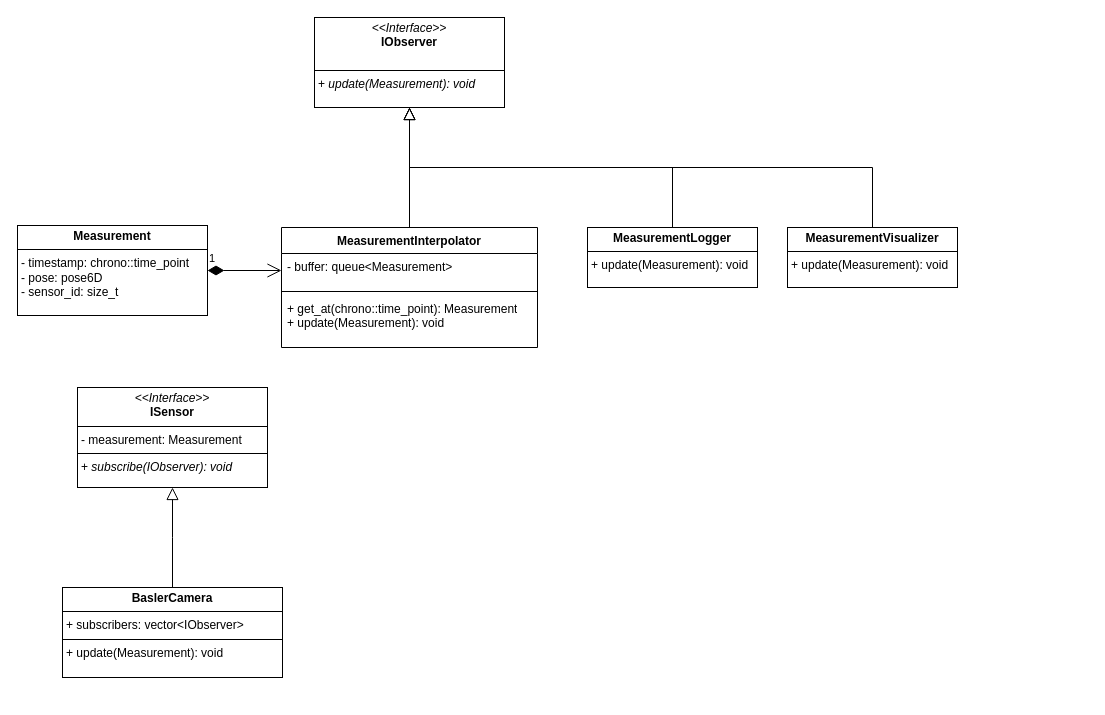
This is class_diagram.drawio from EGurylev/QuadArt_host_cpp, a draw.io file, before an edit. Source tidied: cells renumbered, new cells numbered last; positions are measured from the earlier drawing's top-left corner, leaving out a move shared by most shapes. Both pictures are drawn from the tidied source at 100%, with x=0, y=0 at pixel (17, 17).
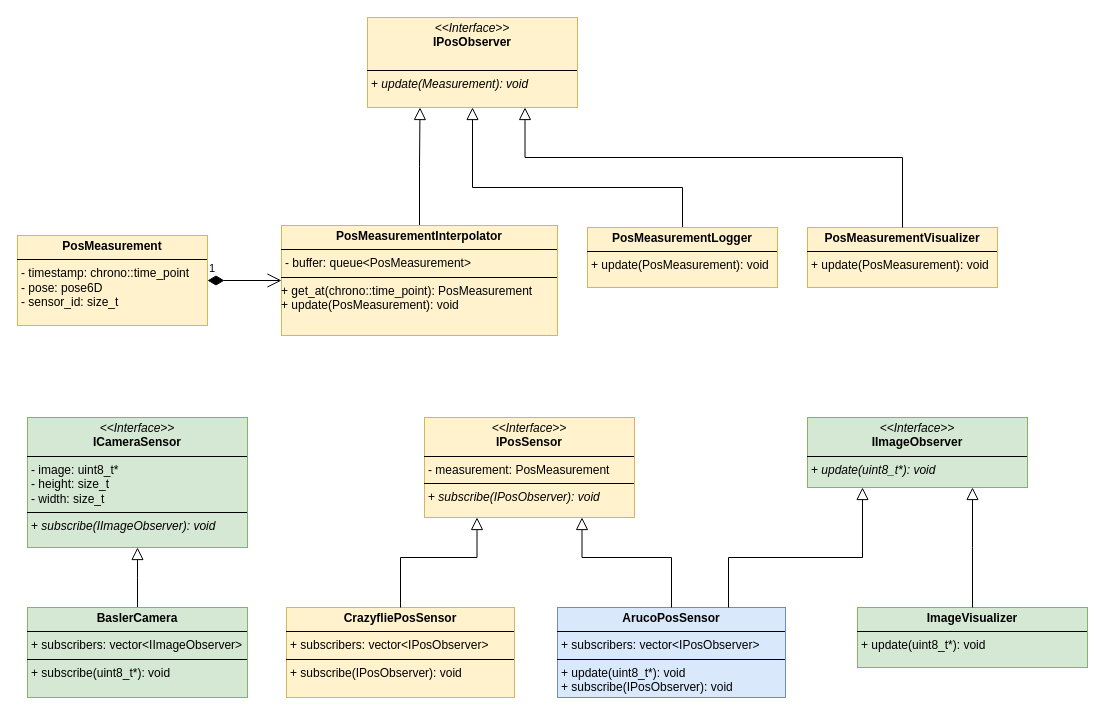
The same page after the edit.

The edit, as a diff of the source:
```diff
@@
-    <mxCell id="2" style="endArrow=block;endSize=10;endFill=0;shadow=0;strokeWidth=1;rounded=0;curved=0;edgeStyle=elbowEdgeStyle;elbow=vertical;exitX=0.5;exitY=0;exitDx=0;exitDy=0;entryX=0.5;entryY=1;entryDx=0;entryDy=0;" parent="1" edge="1" source="5" target="11">
-      <mxGeometry relative="1" as="geometry" />
-    </mxCell>
-    <mxCell id="3" style="endArrow=block;endSize=10;endFill=0;shadow=0;strokeWidth=1;rounded=0;curved=0;edgeStyle=elbowEdgeStyle;elbow=vertical;entryX=0.5;entryY=1;entryDx=0;entryDy=0;exitX=0.5;exitY=0;exitDx=0;exitDy=0;" parent="1" edge="1" source="12" target="11">
-      <mxGeometry relative="1" as="geometry" />
+    <mxCell id="3" style="endArrow=block;endSize=10;endFill=0;shadow=0;strokeWidth=1;rounded=0;curved=0;edgeStyle=elbowEdgeStyle;elbow=vertical;exitX=0.5;exitY=0;exitDx=0;exitDy=0;entryX=0.5;entryY=1;entryDx=0;entryDy=0;" parent="1" edge="1" source="12" target="11">
+      <mxGeometry relative="1" as="geometry">
+        <Array as="points">
+          <mxPoint x="600" y="170" />
+          <mxPoint x="580" y="140" />
+        </Array>
+      </mxGeometry>
     </mxCell>
-    <mxCell id="4" value="&lt;p style=&quot;margin:0px;margin-top:4px;text-align:center;&quot;&gt;&lt;i&gt;&amp;lt;&amp;lt;Interface&amp;gt;&amp;gt;&lt;/i&gt;&lt;br&gt;&lt;b&gt;ISensor&lt;/b&gt;&lt;/p&gt;&lt;hr size=&quot;1&quot; style=&quot;border-style:solid;&quot;&gt;&lt;p style=&quot;margin:0px;margin-left:4px;&quot;&gt;- measurement: Measurement&lt;br&gt;&lt;/p&gt;&lt;hr size=&quot;1&quot; style=&quot;border-style:solid;&quot;&gt;&lt;p style=&quot;margin:0px;margin-left:4px;&quot;&gt;+ &lt;i&gt;subscribe(IObserver): void&lt;/i&gt;&lt;/p&gt;" style="verticalAlign=top;align=left;overflow=fill;html=1;whiteSpace=wrap;" parent="1" vertex="1">
-      <mxGeometry x="60" y="370" width="190" height="100" as="geometry" />
+    <mxCell id="4" value="&lt;p style=&quot;margin:0px;margin-top:4px;text-align:center;&quot;&gt;&lt;i&gt;&amp;lt;&amp;lt;Interface&amp;gt;&amp;gt;&lt;/i&gt;&lt;br&gt;&lt;b&gt;IPosSensor&lt;/b&gt;&lt;/p&gt;&lt;hr size=&quot;1&quot; style=&quot;border-style:solid;&quot;&gt;&lt;p style=&quot;margin:0px;margin-left:4px;&quot;&gt;- measurement:&amp;nbsp;&lt;span style=&quot;text-align: center; background-color: initial;&quot;&gt;PosMeasurement&lt;/span&gt;&lt;br&gt;&lt;/p&gt;&lt;hr size=&quot;1&quot; style=&quot;border-style:solid;&quot;&gt;&lt;p style=&quot;margin:0px;margin-left:4px;&quot;&gt;+ &lt;i&gt;subscribe(IPosObserver): void&lt;/i&gt;&lt;/p&gt;" style="verticalAlign=top;align=left;overflow=fill;html=1;whiteSpace=wrap;fillColor=#fff2cc;strokeColor=#d6b656;" parent="1" vertex="1">
+      <mxGeometry x="407" y="400" width="210" height="100" as="geometry" />
     </mxCell>
-    <mxCell id="5" value="MeasurementInterpolator" style="swimlane;fontStyle=1;align=center;verticalAlign=top;horizontal=1;startSize=26;whiteSpace=wrap;html=1;" parent="1" vertex="1">
-      <mxGeometry x="264" y="210" width="256" height="120" as="geometry" />
-    </mxCell>
-    <mxCell id="6" value="- buffer: queue&amp;lt;Measurement&amp;gt;" style="text;strokeColor=none;fillColor=none;align=left;verticalAlign=top;spacingLeft=4;spacingRight=4;overflow=hidden;points=[[0,0.5],[1,0.5]];portConstraint=eastwest;whiteSpace=wrap;html=1;" parent="5" vertex="1">
-      <mxGeometry y="26" width="256" height="34" as="geometry" />
-    </mxCell>
-    <mxCell id="7" style="line;strokeWidth=1;fillColor=none;align=left;verticalAlign=middle;spacingTop=-1;spacingLeft=3;spacingRight=3;labelPosition=right;strokeColor=inherit;" parent="5" vertex="1">
-      <mxGeometry y="60" width="256" height="8" as="geometry" />
-    </mxCell>
-    <mxCell id="8" value="&lt;div&gt;+ get_at(chrono::time_point): Measurement&lt;/div&gt;&lt;div&gt;+ update(Measurement): void&lt;/div&gt;" style="text;strokeColor=none;fillColor=none;align=left;verticalAlign=top;spacingLeft=4;spacingRight=4;overflow=hidden;whiteSpace=wrap;html=1;" parent="5" vertex="1">
-      <mxGeometry y="68" width="256" height="52" as="geometry" />
-    </mxCell>
-    <mxCell id="9" value="&lt;p style=&quot;margin:0px;margin-top:4px;text-align:center;&quot;&gt;&lt;b&gt;Measurement&lt;/b&gt;&lt;/p&gt;&lt;hr size=&quot;1&quot; style=&quot;border-style:solid;&quot;&gt;&lt;p style=&quot;margin:0px;margin-left:4px;&quot;&gt;- timestamp:&amp;nbsp;chrono::time_point&lt;br&gt;&lt;/p&gt;&lt;p style=&quot;margin:0px;margin-left:4px;&quot;&gt;- pose: pose6D&lt;/p&gt;&lt;p style=&quot;margin:0px;margin-left:4px;&quot;&gt;- sensor_id: size_t&lt;/p&gt;" style="verticalAlign=top;align=left;overflow=fill;html=1;whiteSpace=wrap;" parent="1" vertex="1">
-      <mxGeometry y="208" width="190" height="90" as="geometry" />
+    <mxCell id="9" value="&lt;p style=&quot;margin:0px;margin-top:4px;text-align:center;&quot;&gt;&lt;b&gt;PosMeasurement&lt;/b&gt;&lt;/p&gt;&lt;hr size=&quot;1&quot; style=&quot;border-style:solid;&quot;&gt;&lt;p style=&quot;margin:0px;margin-left:4px;&quot;&gt;- timestamp:&amp;nbsp;chrono::time_point&lt;br&gt;&lt;/p&gt;&lt;p style=&quot;margin:0px;margin-left:4px;&quot;&gt;- pose: pose6D&lt;/p&gt;&lt;p style=&quot;margin:0px;margin-left:4px;&quot;&gt;- sensor_id: size_t&lt;/p&gt;" style="verticalAlign=top;align=left;overflow=fill;html=1;whiteSpace=wrap;fillColor=#fff2cc;strokeColor=#d6b656;" parent="1" vertex="1">
+      <mxGeometry y="218" width="190" height="90" as="geometry" />
     </mxCell>
-    <mxCell id="10" value="1" style="endArrow=open;html=1;endSize=12;startArrow=diamondThin;startSize=14;startFill=1;edgeStyle=orthogonalEdgeStyle;align=left;verticalAlign=bottom;rounded=0;entryX=0;entryY=0.5;entryDx=0;entryDy=0;exitX=1;exitY=0.5;exitDx=0;exitDy=0;" parent="1" edge="1" source="9" target="6">
+    <mxCell id="10" value="1" style="endArrow=open;html=1;endSize=12;startArrow=diamondThin;startSize=14;startFill=1;edgeStyle=orthogonalEdgeStyle;align=left;verticalAlign=bottom;rounded=0;entryX=0;entryY=0.5;entryDx=0;entryDy=0;exitX=1;exitY=0.5;exitDx=0;exitDy=0;" parent="1" edge="1" source="9" target="27">
       <mxGeometry x="-1" y="3" relative="1" as="geometry" />
     </mxCell>
-    <mxCell id="11" value="&lt;p style=&quot;margin:0px;margin-top:4px;text-align:center;&quot;&gt;&lt;i&gt;&amp;lt;&amp;lt;Interface&amp;gt;&amp;gt;&lt;/i&gt;&lt;br&gt;&lt;b&gt;IObserver&lt;/b&gt;&lt;/p&gt;&lt;br&gt;&lt;hr size=&quot;1&quot; style=&quot;border-style:solid;&quot;&gt;&lt;p style=&quot;margin:0px;margin-left:4px;&quot;&gt;+ &lt;i&gt;update(Measurement): void&lt;/i&gt;&lt;/p&gt;" style="verticalAlign=top;align=left;overflow=fill;html=1;whiteSpace=wrap;" parent="1" vertex="1">
-      <mxGeometry x="297" width="190" height="90" as="geometry" />
+    <mxCell id="11" value="&lt;p style=&quot;margin:0px;margin-top:4px;text-align:center;&quot;&gt;&lt;i&gt;&amp;lt;&amp;lt;Interface&amp;gt;&amp;gt;&lt;/i&gt;&lt;br&gt;&lt;b&gt;IPosObserver&lt;/b&gt;&lt;/p&gt;&lt;br&gt;&lt;hr size=&quot;1&quot; style=&quot;border-style:solid;&quot;&gt;&lt;p style=&quot;margin:0px;margin-left:4px;&quot;&gt;+ &lt;i&gt;update(Measurement): void&lt;/i&gt;&lt;/p&gt;" style="verticalAlign=top;align=left;overflow=fill;html=1;whiteSpace=wrap;fillColor=#fff2cc;strokeColor=#d6b656;" parent="1" vertex="1">
+      <mxGeometry x="350" width="210" height="90" as="geometry" />
     </mxCell>
-    <mxCell id="12" value="&lt;p style=&quot;margin:0px;margin-top:4px;text-align:center;&quot;&gt;&lt;b&gt;MeasurementLogger&lt;/b&gt;&lt;/p&gt;&lt;hr size=&quot;1&quot; style=&quot;border-style:solid;&quot;&gt;&lt;p style=&quot;margin:0px;margin-left:4px;&quot;&gt;+ update(Measurement): void&lt;/p&gt;" style="verticalAlign=top;align=left;overflow=fill;html=1;whiteSpace=wrap;" parent="1" vertex="1">
-      <mxGeometry x="570" y="210" width="170" height="60" as="geometry" />
+    <mxCell id="12" value="&lt;p style=&quot;margin:0px;margin-top:4px;text-align:center;&quot;&gt;&lt;b&gt;PosMeasurementLogger&lt;/b&gt;&lt;/p&gt;&lt;hr size=&quot;1&quot; style=&quot;border-style:solid;&quot;&gt;&lt;p style=&quot;margin:0px;margin-left:4px;&quot;&gt;+ update(&lt;span style=&quot;text-align: center;&quot;&gt;PosMeasurement&lt;/span&gt;): void&lt;/p&gt;" style="verticalAlign=top;align=left;overflow=fill;html=1;whiteSpace=wrap;fillColor=#fff2cc;strokeColor=#d6b656;" parent="1" vertex="1">
+      <mxGeometry x="570" y="210" width="190" height="60" as="geometry" />
     </mxCell>
-    <mxCell id="13" value="&lt;p style=&quot;margin:0px;margin-top:4px;text-align:center;&quot;&gt;&lt;b&gt;MeasurementVisualizer&lt;/b&gt;&lt;/p&gt;&lt;hr size=&quot;1&quot; style=&quot;border-style:solid;&quot;&gt;&lt;p style=&quot;margin:0px;margin-left:4px;&quot;&gt;+ update(Measurement): void&lt;/p&gt;" style="verticalAlign=top;align=left;overflow=fill;html=1;whiteSpace=wrap;" parent="1" vertex="1">
-      <mxGeometry x="770" y="210" width="170" height="60" as="geometry" />
+    <mxCell id="13" value="&lt;p style=&quot;margin:0px;margin-top:4px;text-align:center;&quot;&gt;&lt;b&gt;PosMeasurementVisualizer&lt;/b&gt;&lt;/p&gt;&lt;hr size=&quot;1&quot; style=&quot;border-style:solid;&quot;&gt;&lt;p style=&quot;margin:0px;margin-left:4px;&quot;&gt;+ update(&lt;span style=&quot;text-align: center;&quot;&gt;PosMeasurement&lt;/span&gt;): void&lt;/p&gt;" style="verticalAlign=top;align=left;overflow=fill;html=1;whiteSpace=wrap;fillColor=#fff2cc;strokeColor=#d6b656;" parent="1" vertex="1">
+      <mxGeometry x="790" y="210" width="190" height="60" as="geometry" />
     </mxCell>
-    <mxCell id="14" style="endArrow=block;endSize=10;endFill=0;shadow=0;strokeWidth=1;rounded=0;curved=0;edgeStyle=elbowEdgeStyle;elbow=vertical;exitX=0.5;exitY=0;exitDx=0;exitDy=0;entryX=0.5;entryY=1;entryDx=0;entryDy=0;" parent="1" edge="1" source="13" target="11">
-      <mxGeometry relative="1" as="geometry" />
+    <mxCell id="14" style="endArrow=block;endSize=10;endFill=0;shadow=0;strokeWidth=1;rounded=0;curved=0;edgeStyle=elbowEdgeStyle;elbow=vertical;exitX=0.5;exitY=0;exitDx=0;exitDy=0;entryX=0.75;entryY=1;entryDx=0;entryDy=0;" parent="1" edge="1" source="13" target="11">
+      <mxGeometry relative="1" as="geometry">
+        <Array as="points">
+          <mxPoint x="700" y="140" />
+          <mxPoint x="490" y="180" />
+        </Array>
+      </mxGeometry>
     </mxCell>
-    <mxCell id="15" style="endArrow=block;endSize=10;endFill=0;shadow=0;strokeWidth=1;rounded=0;curved=0;edgeStyle=elbowEdgeStyle;elbow=vertical;exitX=0.5;exitY=0;exitDx=0;exitDy=0;entryX=0.5;entryY=1;entryDx=0;entryDy=0;" parent="1" edge="1" source="16" target="4">
+    <mxCell id="15" style="endArrow=block;endSize=10;endFill=0;shadow=0;strokeWidth=1;rounded=0;curved=0;edgeStyle=elbowEdgeStyle;elbow=vertical;exitX=0.5;exitY=0;exitDx=0;exitDy=0;entryX=0.5;entryY=1;entryDx=0;entryDy=0;" parent="1" edge="1" source="16" target="17">
       <mxGeometry relative="1" as="geometry" />
     </mxCell>
-    <mxCell id="16" value="&lt;p style=&quot;margin:0px;margin-top:4px;text-align:center;&quot;&gt;&lt;b&gt;BaslerCamera&lt;/b&gt;&lt;br&gt;&lt;/p&gt;&lt;hr size=&quot;1&quot; style=&quot;border-style:solid;&quot;&gt;&lt;p style=&quot;margin:0px;margin-left:4px;&quot;&gt;+ subscribers:&amp;nbsp;&lt;span style=&quot;background-color: initial;&quot;&gt;vector&amp;lt;IObserver&amp;gt;&lt;/span&gt;&lt;/p&gt;&lt;hr size=&quot;1&quot; style=&quot;border-style:solid;&quot;&gt;&lt;p style=&quot;margin:0px;margin-left:4px;&quot;&gt;+ update(Measurement): void&lt;br&gt;&lt;/p&gt;" style="verticalAlign=top;align=left;overflow=fill;html=1;whiteSpace=wrap;" parent="1" vertex="1">
-      <mxGeometry x="45" y="570" width="220" height="90" as="geometry" />
+    <mxCell id="16" value="&lt;p style=&quot;margin:0px;margin-top:4px;text-align:center;&quot;&gt;&lt;b&gt;BaslerCamera&lt;/b&gt;&lt;br&gt;&lt;/p&gt;&lt;hr size=&quot;1&quot; style=&quot;border-style:solid;&quot;&gt;&lt;p style=&quot;margin:0px;margin-left:4px;&quot;&gt;+ subscribers:&amp;nbsp;&lt;span style=&quot;background-color: initial;&quot;&gt;vector&amp;lt;IImageObserver&amp;gt;&lt;/span&gt;&lt;/p&gt;&lt;hr size=&quot;1&quot; style=&quot;border-style:solid;&quot;&gt;&lt;p style=&quot;margin:0px;margin-left:4px;&quot;&gt;+ subscribe(&lt;span style=&quot;text-align: center;&quot;&gt;uint8_t*&lt;/span&gt;): void&lt;br&gt;&lt;/p&gt;" style="verticalAlign=top;align=left;overflow=fill;html=1;whiteSpace=wrap;fillColor=#d5e8d4;strokeColor=#82b366;" parent="1" vertex="1">
+      <mxGeometry x="10" y="590" width="220" height="90" as="geometry" />
     </mxCell>
+    <mxCell id="17" value="&lt;p style=&quot;margin:0px;margin-top:4px;text-align:center;&quot;&gt;&lt;i&gt;&amp;lt;&amp;lt;Interface&amp;gt;&amp;gt;&lt;/i&gt;&lt;br&gt;&lt;b&gt;ICameraSensor&lt;/b&gt;&lt;/p&gt;&lt;hr size=&quot;1&quot; style=&quot;border-style:solid;&quot;&gt;&lt;p style=&quot;margin:0px;margin-left:4px;&quot;&gt;- image:&amp;nbsp;&lt;span style=&quot;text-align: center; background-color: initial;&quot;&gt;uint8_t*&lt;/span&gt;&lt;br&gt;&lt;/p&gt;&lt;p style=&quot;margin:0px;margin-left:4px;&quot;&gt;&lt;span style=&quot;text-align: center; background-color: initial;&quot;&gt;- height: size_t&lt;/span&gt;&lt;/p&gt;&lt;p style=&quot;margin:0px;margin-left:4px;&quot;&gt;&lt;span style=&quot;text-align: center; background-color: initial;&quot;&gt;- width: size_t&lt;/span&gt;&lt;/p&gt;&lt;hr size=&quot;1&quot; style=&quot;border-style:solid;&quot;&gt;&lt;p style=&quot;margin:0px;margin-left:4px;&quot;&gt;+ &lt;i&gt;subscribe(IImageObserver): void&lt;/i&gt;&lt;/p&gt;" style="verticalAlign=top;align=left;overflow=fill;html=1;whiteSpace=wrap;fillColor=#d5e8d4;strokeColor=#82b366;" parent="1" vertex="1">
+      <mxGeometry x="10" y="400" width="220" height="130" as="geometry" />
+    </mxCell>
+    <mxCell id="18" style="endArrow=block;endSize=10;endFill=0;shadow=0;strokeWidth=1;rounded=0;curved=0;edgeStyle=elbowEdgeStyle;elbow=vertical;exitX=0.5;exitY=0;exitDx=0;exitDy=0;entryX=0.25;entryY=1;entryDx=0;entryDy=0;" parent="1" edge="1" source="27" target="11">
+      <mxGeometry relative="1" as="geometry" />
+    </mxCell>
+    <mxCell id="19" value="&lt;p style=&quot;margin:0px;margin-top:4px;text-align:center;&quot;&gt;&lt;b&gt;ArucoPosSensor&lt;/b&gt;&lt;br&gt;&lt;/p&gt;&lt;hr size=&quot;1&quot; style=&quot;border-style:solid;&quot;&gt;&lt;p style=&quot;margin:0px;margin-left:4px;&quot;&gt;+ subscribers:&amp;nbsp;&lt;span style=&quot;background-color: initial;&quot;&gt;vector&amp;lt;IPosObserver&amp;gt;&lt;/span&gt;&lt;/p&gt;&lt;hr size=&quot;1&quot; style=&quot;border-style:solid;&quot;&gt;&lt;p style=&quot;margin:0px;margin-left:4px;&quot;&gt;+ update(&lt;span style=&quot;text-align: center;&quot;&gt;uint8_t*&lt;/span&gt;): void&lt;br&gt;&lt;/p&gt;&lt;p style=&quot;margin:0px;margin-left:4px;&quot;&gt;+ subscribe(IPosObserver): void&lt;/p&gt;" style="verticalAlign=top;align=left;overflow=fill;html=1;whiteSpace=wrap;fillColor=#dae8fc;strokeColor=#6c8ebf;" parent="1" vertex="1">
+      <mxGeometry x="540" y="590" width="228" height="90" as="geometry" />
+    </mxCell>
+    <mxCell id="20" style="endArrow=block;endSize=10;endFill=0;shadow=0;strokeWidth=1;rounded=0;curved=0;edgeStyle=elbowEdgeStyle;elbow=vertical;exitX=0.5;exitY=0;exitDx=0;exitDy=0;entryX=0.75;entryY=1;entryDx=0;entryDy=0;" parent="1" edge="1" source="19" target="4">
+      <mxGeometry relative="1" as="geometry">
+        <Array as="points">
+          <mxPoint x="610" y="540" />
+        </Array>
+      </mxGeometry>
+    </mxCell>
+    <mxCell id="21" value="&lt;p style=&quot;margin:0px;margin-top:4px;text-align:center;&quot;&gt;&lt;i&gt;&amp;lt;&amp;lt;Interface&amp;gt;&amp;gt;&lt;/i&gt;&lt;br&gt;&lt;b&gt;IImageObserver&lt;/b&gt;&lt;/p&gt;&lt;hr size=&quot;1&quot; style=&quot;border-style:solid;&quot;&gt;&lt;p style=&quot;margin:0px;margin-left:4px;&quot;&gt;&lt;/p&gt;&lt;p style=&quot;margin:0px;margin-left:4px;&quot;&gt;+ &lt;i&gt;update(uint8_t*): void&lt;/i&gt;&lt;/p&gt;" style="verticalAlign=top;align=left;overflow=fill;html=1;whiteSpace=wrap;fillColor=#d5e8d4;strokeColor=#82b366;" parent="1" vertex="1">
+      <mxGeometry x="790" y="400" width="220" height="70" as="geometry" />
+    </mxCell>
+    <mxCell id="22" style="endArrow=block;endSize=10;endFill=0;shadow=0;strokeWidth=1;rounded=0;curved=0;edgeStyle=elbowEdgeStyle;elbow=vertical;exitX=0.75;exitY=0;exitDx=0;exitDy=0;entryX=0.25;entryY=1;entryDx=0;entryDy=0;" parent="1" edge="1" source="19" target="21">
+      <mxGeometry relative="1" as="geometry">
+        <Array as="points">
+          <mxPoint x="800" y="540" />
+        </Array>
+      </mxGeometry>
+    </mxCell>
+    <mxCell id="23" value="&lt;p style=&quot;margin:0px;margin-top:4px;text-align:center;&quot;&gt;&lt;b&gt;CrazyfliePosSensor&lt;/b&gt;&lt;br&gt;&lt;/p&gt;&lt;hr size=&quot;1&quot; style=&quot;border-style:solid;&quot;&gt;&lt;p style=&quot;margin:0px;margin-left:4px;&quot;&gt;+ subscribers:&amp;nbsp;&lt;span style=&quot;background-color: initial;&quot;&gt;vector&amp;lt;IPosObserver&amp;gt;&lt;/span&gt;&lt;/p&gt;&lt;hr size=&quot;1&quot; style=&quot;border-style:solid;&quot;&gt;&lt;p style=&quot;margin:0px;margin-left:4px;&quot;&gt;&lt;span style=&quot;background-color: initial;&quot;&gt;+ subscribe(IPosObserver): void&lt;/span&gt;&lt;br&gt;&lt;/p&gt;" style="verticalAlign=top;align=left;overflow=fill;html=1;whiteSpace=wrap;fillColor=#fff2cc;strokeColor=#d6b656;" parent="1" vertex="1">
+      <mxGeometry x="269" y="590" width="228" height="90" as="geometry" />
+    </mxCell>
+    <mxCell id="24" style="endArrow=block;endSize=10;endFill=0;shadow=0;strokeWidth=1;rounded=0;curved=0;edgeStyle=elbowEdgeStyle;elbow=vertical;exitX=0.5;exitY=0;exitDx=0;exitDy=0;entryX=0.25;entryY=1;entryDx=0;entryDy=0;" parent="1" edge="1" source="23" target="4">
+      <mxGeometry relative="1" as="geometry">
+        <Array as="points">
+          <mxPoint x="420" y="540" />
+          <mxPoint x="540" y="530" />
+        </Array>
+      </mxGeometry>
+    </mxCell>
+    <mxCell id="25" value="&lt;p style=&quot;margin:0px;margin-top:4px;text-align:center;&quot;&gt;&lt;b&gt;ImageVisualizer&lt;/b&gt;&lt;/p&gt;&lt;hr size=&quot;1&quot; style=&quot;border-style:solid;&quot;&gt;&lt;p style=&quot;margin:0px;margin-left:4px;&quot;&gt;+ update(&lt;span style=&quot;text-align: center;&quot;&gt;uint8_t*&lt;/span&gt;): void&lt;/p&gt;" style="verticalAlign=top;align=left;overflow=fill;html=1;whiteSpace=wrap;fillColor=#d5e8d4;strokeColor=#82b366;" parent="1" vertex="1">
+      <mxGeometry x="840" y="590" width="230" height="60" as="geometry" />
+    </mxCell>
+    <mxCell id="26" style="endArrow=block;endSize=10;endFill=0;shadow=0;strokeWidth=1;rounded=0;curved=0;edgeStyle=elbowEdgeStyle;elbow=vertical;exitX=0.5;exitY=0;exitDx=0;exitDy=0;entryX=0.75;entryY=1;entryDx=0;entryDy=0;" parent="1" edge="1" source="25" target="21">
+      <mxGeometry relative="1" as="geometry" />
+    </mxCell>
+    <mxCell id="27" value="&lt;p style=&quot;margin:0px;margin-top:4px;text-align:center;&quot;&gt;&lt;span style=&quot;font-weight: 700;&quot;&gt;PosMeasurementInterpolator&lt;/span&gt;&lt;br&gt;&lt;/p&gt;&lt;hr size=&quot;1&quot; style=&quot;border-style:solid;&quot;&gt;&lt;p style=&quot;margin:0px;margin-left:4px;&quot;&gt;- buffer: queue&amp;lt;&lt;span style=&quot;text-align: center;&quot;&gt;PosMeasurement&lt;/span&gt;&amp;gt;&lt;br&gt;&lt;/p&gt;&lt;hr size=&quot;1&quot; style=&quot;border-style:solid;&quot;&gt;&lt;div&gt;+ get_at(chrono::time_point):&amp;nbsp;&lt;span style=&quot;text-align: center; background-color: initial;&quot;&gt;PosMeasurement&lt;/span&gt;&lt;/div&gt;&lt;div&gt;+ update(&lt;span style=&quot;text-align: center;&quot;&gt;PosMeasurement&lt;/span&gt;): void&lt;/div&gt;" style="verticalAlign=top;align=left;overflow=fill;html=1;whiteSpace=wrap;fillColor=#fff2cc;strokeColor=#d6b656;" parent="1" vertex="1">
+      <mxGeometry x="264" y="208" width="276" height="110" as="geometry" />
+    </mxCell>
```
